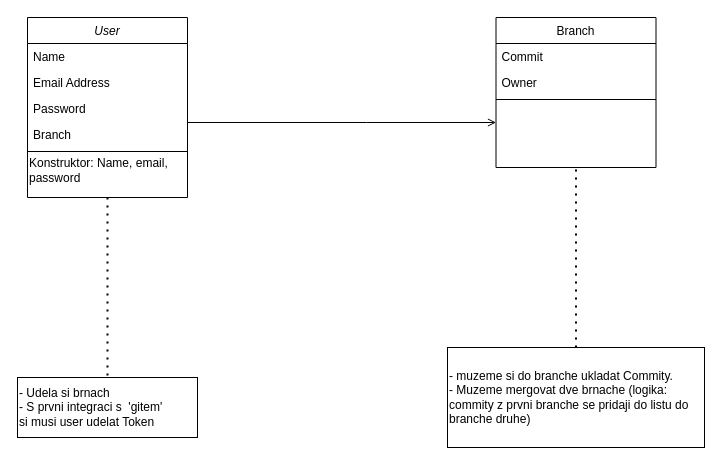
This is Untitled Diagram.drawio from herianp/skolni-projekt, a draw.io file, before an edit. Source tidied: cells renumbered, new cells numbered last; positions are measured from the earlier drawing's top-left corner, leaving out a move shared by most shapes. Both pictures are drawn from the tidied source at 100%, with x=0, y=0 at pixel (17, 17).
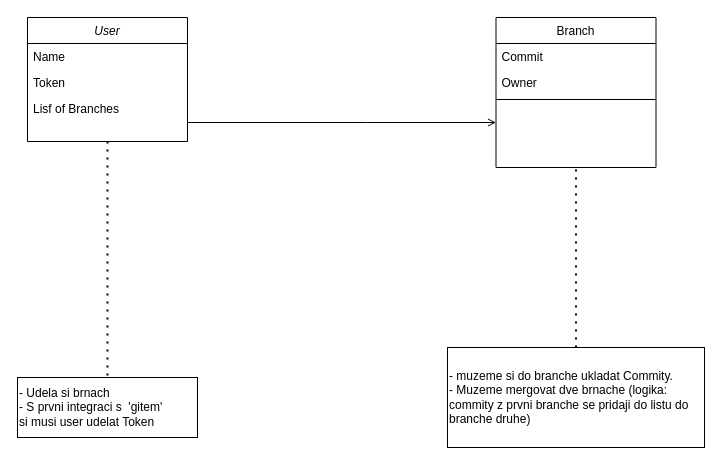
The same diagram, later.

Diff of the diagram source:
```diff
@@
 <mxGraphModel>
   <root>
     <mxCell id="0" />
     <mxCell id="1" parent="0" />
     <mxCell id="2" value="User" style="swimlane;fontStyle=2;align=center;verticalAlign=top;horizontal=1;startSize=26;rounded=0;shadow=0;strokeWidth=1;" parent="1" vertex="1">
-      <mxGeometry x="10" width="160" height="180" as="geometry" />
+      <mxGeometry x="10" width="160" height="124" as="geometry" />
     </mxCell>
     <mxCell id="3" value="Name" style="text;align=left;verticalAlign=top;spacingLeft=4;spacingRight=4;overflow=hidden;" parent="2" vertex="1">
       <mxGeometry y="26" width="160" height="26" as="geometry" />
     </mxCell>
-    <mxCell id="4" value="Email Address" style="text;align=left;verticalAlign=top;spacingLeft=4;spacingRight=4;overflow=hidden;rounded=0;shadow=0;html=0;" parent="2" vertex="1">
+    <mxCell id="4" value="Token" style="text;align=left;verticalAlign=top;spacingLeft=4;spacingRight=4;overflow=hidden;rounded=0;shadow=0;html=0;" parent="2" vertex="1">
       <mxGeometry y="52" width="160" height="26" as="geometry" />
     </mxCell>
-    <mxCell id="5" value="Password" style="text;align=left;verticalAlign=top;spacingLeft=4;spacingRight=4;overflow=hidden;" parent="2" vertex="1">
+    <mxCell id="5" value="Lisf of Branches" style="text;align=left;verticalAlign=top;spacingLeft=4;spacingRight=4;overflow=hidden;" parent="2" vertex="1">
       <mxGeometry y="78" width="160" height="26" as="geometry" />
     </mxCell>
-    <mxCell id="6" value="Branch" style="text;align=left;verticalAlign=top;spacingLeft=4;spacingRight=4;overflow=hidden;rounded=0;shadow=0;html=0;" parent="2" vertex="1">
-      <mxGeometry y="104" width="160" height="26" as="geometry" />
-    </mxCell>
-    <mxCell id="7" style="line;html=1;strokeWidth=1;align=left;verticalAlign=middle;spacingTop=-1;spacingLeft=3;spacingRight=3;labelPosition=right;" parent="2" vertex="1">
-      <mxGeometry y="130" width="160" height="8" as="geometry" />
-    </mxCell>
-    <mxCell id="8" value="Konstruktor: Name, email, &lt;br&gt;password" style="text;html=1;align=left;verticalAlign=middle;strokeColor=none;fillColor=none;" parent="2" vertex="1">
-      <mxGeometry y="138" width="160" height="30" as="geometry" />
-    </mxCell>
     <mxCell id="9" value="Branch" style="swimlane;fontStyle=0;align=center;verticalAlign=top;horizontal=1;startSize=26;rounded=0;shadow=0;strokeWidth=1;" parent="1" vertex="1">
       <mxGeometry x="478.5" width="160" height="150" as="geometry" />
     </mxCell>
     <mxCell id="10" value="Commit" style="text;align=left;verticalAlign=top;spacingLeft=4;spacingRight=4;overflow=hidden;" parent="9" vertex="1">
       <mxGeometry y="26" width="160" height="26" as="geometry" />
     </mxCell>
     <mxCell id="11" value="Owner" style="text;align=left;verticalAlign=top;spacingLeft=4;spacingRight=4;overflow=hidden;rounded=0;shadow=0;html=0;" parent="9" vertex="1">
       <mxGeometry y="52" width="160" height="26" as="geometry" />
     </mxCell>
     <mxCell id="12" style="line;html=1;strokeWidth=1;align=left;verticalAlign=middle;spacingTop=-1;spacingLeft=3;spacingRight=3;labelPosition=right;" parent="9" vertex="1">
       <mxGeometry y="78" width="160" height="8" as="geometry" />
     </mxCell>
     <mxCell id="13" style="endArrow=open;shadow=0;strokeWidth=1;rounded=0;endFill=1;edgeStyle=elbowEdgeStyle;elbow=vertical;" parent="1" edge="1" source="2" target="9">
       <mxGeometry x="0.5" y="41" relative="1" as="geometry">
         <Array as="points">
           <mxPoint x="349" y="105" />
         </Array>
         <mxPoint x="-40" y="32" as="offset" />
       </mxGeometry>
     </mxCell>
     <mxCell id="14" value="&lt;div style=&quot;text-align: justify&quot;&gt;&lt;span&gt;- Udela si brnach&lt;/span&gt;&lt;/div&gt;&lt;span&gt;&lt;div style=&quot;text-align: justify&quot;&gt;&lt;span&gt;- S prvni integraci s&amp;nbsp; 'gitem'&lt;/span&gt;&lt;/div&gt;&lt;/span&gt;&lt;span&gt;&lt;div style=&quot;text-align: justify&quot;&gt;&lt;span&gt;si musi user udelat Token&lt;/span&gt;&lt;/div&gt;&lt;/span&gt;" style="rounded=0;whiteSpace=wrap;html=1;align=left;" parent="1" vertex="1">
       <mxGeometry y="360" width="180" height="60" as="geometry" />
     </mxCell>
     <mxCell id="15" style="endArrow=none;dashed=1;html=1;dashPattern=1 3;strokeWidth=2;rounded=0;entryX=0.5;entryY=0;entryDx=0;entryDy=0;exitX=0.5;exitY=1;exitDx=0;exitDy=0;" parent="1" edge="1" source="2" target="14">
       <mxGeometry relative="1" as="geometry" />
     </mxCell>
     <mxCell id="16" value="&lt;div&gt;- muzeme si do branche ukladat Commity.&lt;/div&gt;&lt;div&gt;- Muzeme mergovat dve brnache (logika: commity z prvni branche se pridaji do listu do branche druhe)&lt;/div&gt;" style="rounded=0;whiteSpace=wrap;html=1;align=left;" parent="1" vertex="1">
       <mxGeometry x="430" y="330" width="257" height="100" as="geometry" />
     </mxCell>
     <mxCell id="17" style="endArrow=none;dashed=1;html=1;dashPattern=1 3;strokeWidth=2;rounded=0;exitX=0.5;exitY=0;exitDx=0;exitDy=0;entryX=0.5;entryY=1;entryDx=0;entryDy=0;" parent="1" edge="1" source="16" target="9">
       <mxGeometry relative="1" as="geometry" />
     </mxCell>
   </root>
 </mxGraphModel>
```
